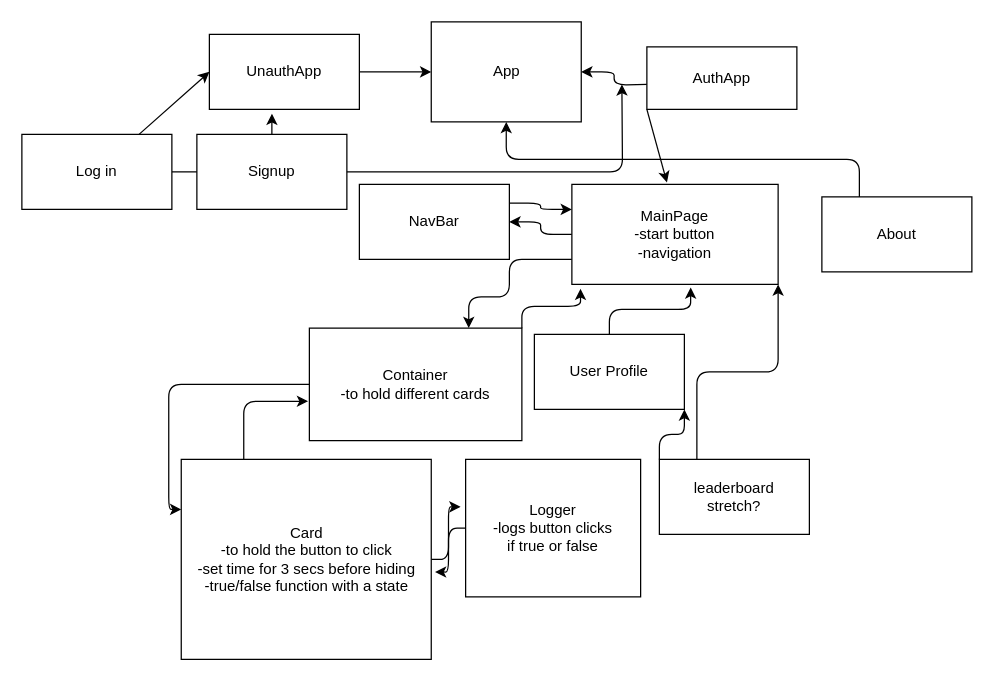
Before: ComponentFrame.dio in wthwang38/phase-5-capstone-aimassist, a draw.io diagram. Source tidied: cells renumbered, new cells numbered last; positions are measured from the earlier drawing's top-left corner, leaving out a move shared by most shapes. Both pictures are drawn from the tidied source at 125%, with x=0, y=0 at pixel (21, 21).
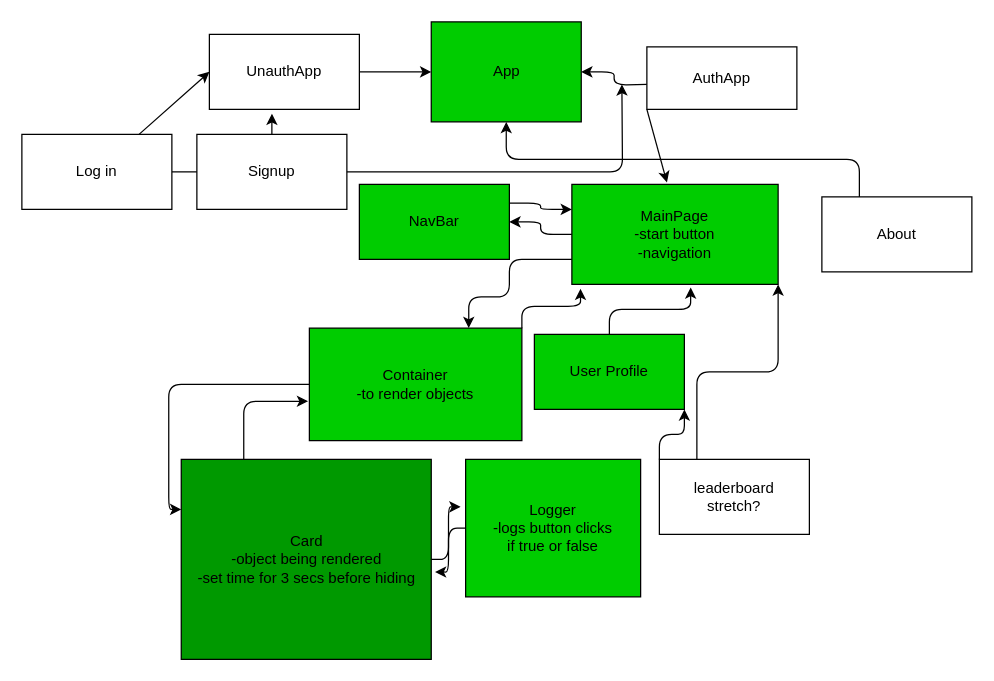
Above is the later version.

Commit message (it also covers changes not shown here):
added NavBar and userProfile components

What changed in the source:
```diff
@@
+    <mxCell id="10" value="Card&lt;br&gt;-object being rendered&lt;br&gt;-set time for 3 secs before hiding&lt;br&gt;" style="rounded=0;whiteSpace=wrap;html=1;fillColor=#009900;" parent="1" vertex="1">
+      <mxGeometry x="127.5" y="350" width="200" height="160" as="geometry" />
+    </mxCell>
@@
-    <mxCell id="4" value="MainPage&lt;br&gt;-start button&lt;br&gt;-navigation&lt;br&gt;" style="rounded=0;whiteSpace=wrap;html=1;" parent="1" vertex="1">
+    <mxCell id="4" value="MainPage&lt;br&gt;-start button&lt;br&gt;-navigation&lt;br&gt;" style="rounded=0;whiteSpace=wrap;html=1;fillColor=#00CC00;" parent="1" vertex="1">
       <mxGeometry x="440" y="130" width="165" height="80" as="geometry" />
     </mxCell>
@@
-    <mxCell id="7" value="Container&lt;br&gt;-to hold different cards" style="rounded=0;whiteSpace=wrap;html=1;" parent="1" vertex="1">
+    <mxCell id="7" value="Container&lt;br&gt;-to render objects" style="rounded=0;whiteSpace=wrap;html=1;fillColor=#00CC00;" parent="1" vertex="1">
       <mxGeometry x="230" y="245" width="170" height="90" as="geometry" />
     </mxCell>
@@
-    <mxCell id="10" value="Card&lt;br&gt;-to hold the button to click&lt;br&gt;-set time for 3 secs before hiding&lt;br&gt;-true/false function with a state" style="rounded=0;whiteSpace=wrap;html=1;" parent="1" vertex="1">
-      <mxGeometry x="127.5" y="350" width="200" height="160" as="geometry" />
-    </mxCell>
@@
-    <mxCell id="12" value="Logger&lt;br&gt;-logs button clicks&lt;br&gt;if true or false" style="rounded=0;whiteSpace=wrap;html=1;" parent="1" vertex="1">
+    <mxCell id="12" value="Logger&lt;br&gt;-logs button clicks&lt;br&gt;if true or false" style="rounded=0;whiteSpace=wrap;html=1;fillColor=#00CC00;" parent="1" vertex="1">
       <mxGeometry x="355" y="350" width="140" height="110" as="geometry" />
     </mxCell>
@@
-    <mxCell id="14" value="User Profile" style="rounded=0;whiteSpace=wrap;html=1;" parent="1" vertex="1">
+    <mxCell id="14" value="User Profile" style="rounded=0;whiteSpace=wrap;html=1;fillColor=#00CC00;" parent="1" vertex="1">
       <mxGeometry x="410" y="250" width="120" height="60" as="geometry" />
     </mxCell>
@@
-    <mxCell id="18" value="NavBar" style="rounded=0;whiteSpace=wrap;html=1;" parent="1" vertex="1">
+    <mxCell id="18" value="NavBar" style="rounded=0;whiteSpace=wrap;html=1;fillColor=#00CC00;" parent="1" vertex="1">
       <mxGeometry x="270" y="130" width="120" height="60" as="geometry" />
     </mxCell>
@@
-    <mxCell id="22" value="App&lt;br&gt;" style="rounded=0;whiteSpace=wrap;html=1;" parent="1" vertex="1">
+    <mxCell id="22" value="App&lt;br&gt;" style="rounded=0;whiteSpace=wrap;html=1;fillColor=#00CC00;" parent="1" vertex="1">
       <mxGeometry x="327.5" width="120" height="80" as="geometry" />
     </mxCell>
```
